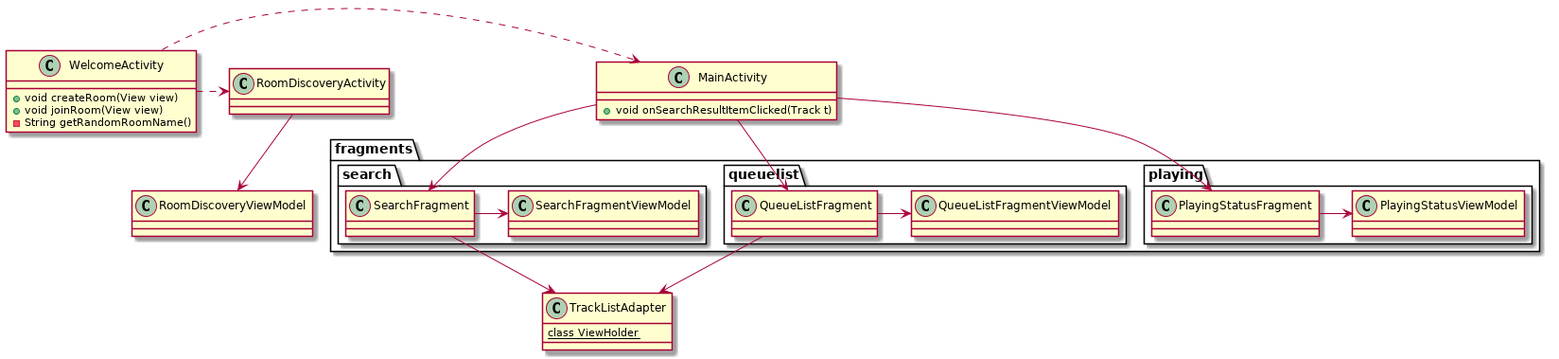
The PlantUML diagram out/docs/uml/class_diagram/view/view.png in vltmn/qdio, before a commit.
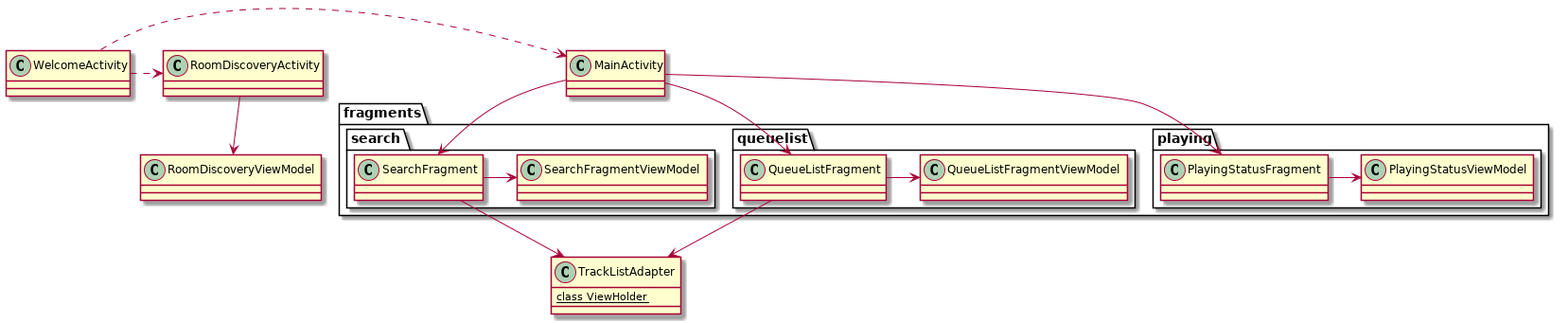
Above is the later version.

Commit message:
updated view uml

What changed in the source:
```diff
@@ -1,11 +1,7 @@
 @startuml
 class WelcomeActivity {
-    + void createRoom(View view)
-    + void joinRoom(View view)
-    - String getRandomRoomName()
 }
 class MainActivity {
-    + void onSearchResultItemClicked(Track t)
 }
 
 class RoomDiscoveryActivity
```
